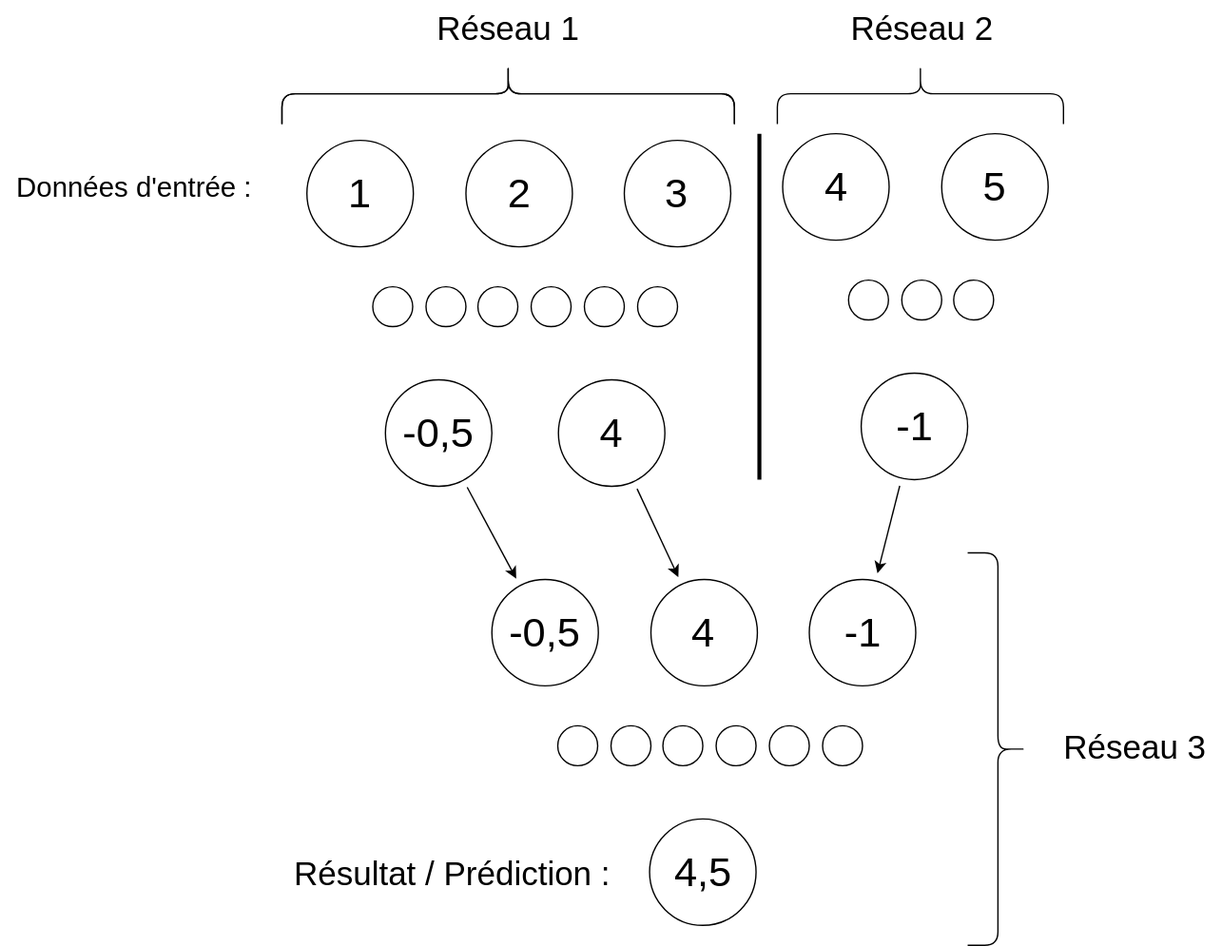
Before: documentation/Example_Diagram_withData.svg, a diagram exported from draw.io (Om3n31/CortexGroove). Source tidied: cells renumbered, new cells last; positions are measured from the earlier drawing's top-left corner, leaving out a move shared by most shapes.
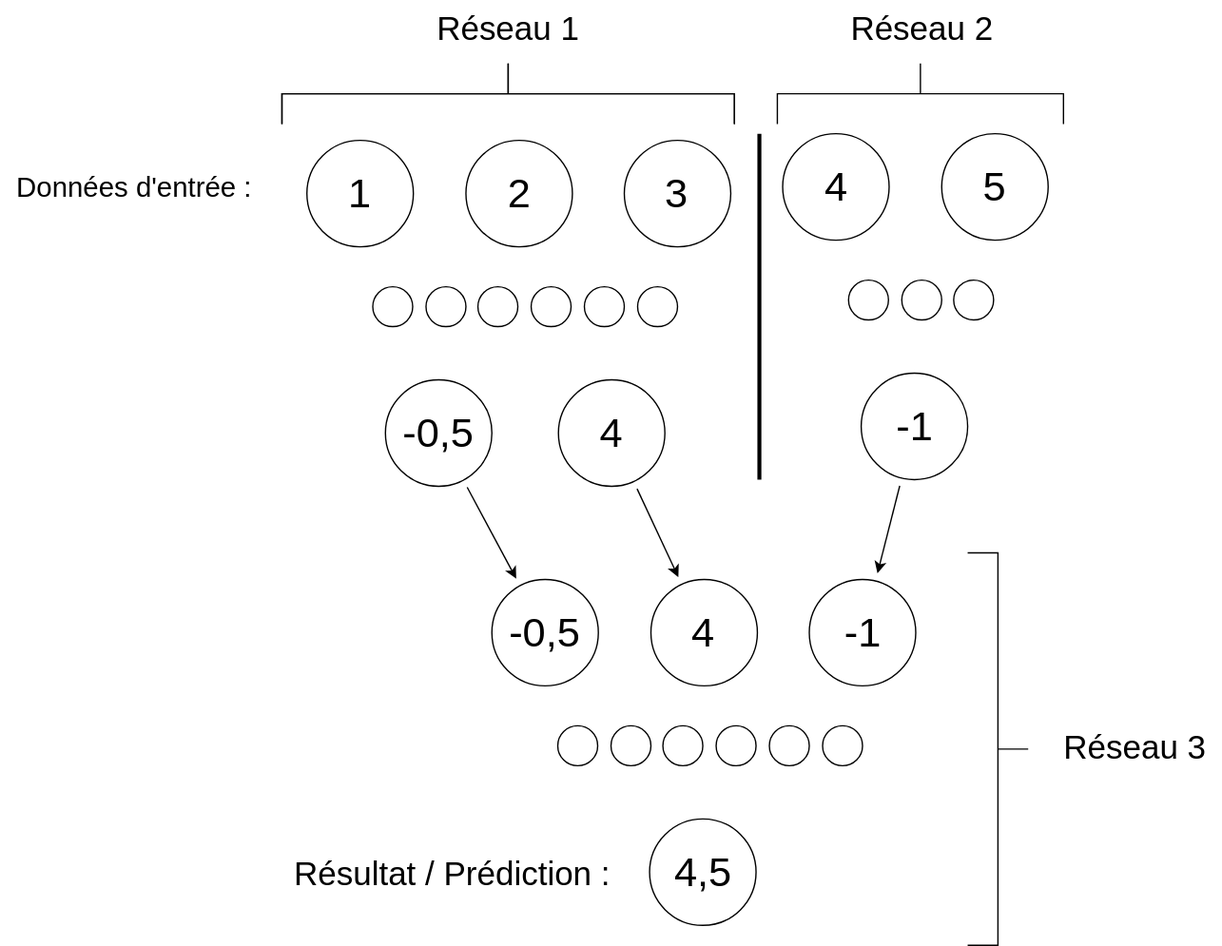
The same file after the commit.

Change to the diagram source:
```diff
@@ -1,95 +1,95 @@
-<mxGraphModel>
+<mxGraphModel background="#ffffff">
   <root>
     <mxCell id="0" />
     <mxCell id="1" parent="0" />
-    <mxCell id="2" value=" &lt;p style=&quot;font-size: 31px;&quot;&gt;1&lt;/p&gt;" style="ellipse;whiteSpace=wrap;html=1;" parent="1" vertex="1">
+    <mxCell id="2" value=" &lt;p style=&quot;font-size: 31px;&quot;&gt;1&lt;/p&gt;" style="ellipse;whiteSpace=wrap;html=1;rounded=0;" parent="1" vertex="1">
       <mxGeometry x="230" y="205" width="80" height="80" as="geometry" />
     </mxCell>
     <mxCell id="3" style="rounded=0;jettySize=auto;html=1;targetPerimeterSpacing=6;sourcePerimeterSpacing=6;" parent="1" edge="1" source="4" target="30">
       <mxGeometry relative="1" as="geometry" />
     </mxCell>
-    <mxCell id="4" value="&lt;span style=&quot;font-size: 31px;&quot;&gt;4&lt;/span&gt;" style="ellipse;whiteSpace=wrap;html=1;" parent="1" vertex="1">
+    <mxCell id="4" value="&lt;span style=&quot;font-size: 31px;&quot;&gt;4&lt;/span&gt;" style="ellipse;whiteSpace=wrap;html=1;rounded=0;" parent="1" vertex="1">
       <mxGeometry x="419" y="385" width="80" height="80" as="geometry" />
     </mxCell>
     <mxCell id="5" style="rounded=0;jettySize=auto;html=1;targetPerimeterSpacing=6;sourcePerimeterSpacing=6;" parent="1" edge="1" source="6" target="22">
       <mxGeometry relative="1" as="geometry" />
     </mxCell>
-    <mxCell id="6" value="&lt;span style=&quot;font-size: 31px;&quot;&gt;-0,5&lt;/span&gt;" style="ellipse;whiteSpace=wrap;html=1;" parent="1" vertex="1">
+    <mxCell id="6" value="&lt;span style=&quot;font-size: 31px;&quot;&gt;-0,5&lt;/span&gt;" style="ellipse;whiteSpace=wrap;html=1;rounded=0;" parent="1" vertex="1">
       <mxGeometry x="289" y="385" width="80" height="80" as="geometry" />
     </mxCell>
-    <mxCell id="7" style="ellipse;whiteSpace=wrap;html=1;" parent="1" vertex="1">
+    <mxCell id="7" style="ellipse;whiteSpace=wrap;html=1;rounded=0;" parent="1" vertex="1">
       <mxGeometry x="279.5" y="315" width="30" height="30" as="geometry" />
     </mxCell>
-    <mxCell id="8" style="ellipse;whiteSpace=wrap;html=1;" parent="1" vertex="1">
+    <mxCell id="8" style="ellipse;whiteSpace=wrap;html=1;rounded=0;" parent="1" vertex="1">
       <mxGeometry x="319.5" y="315" width="30" height="30" as="geometry" />
     </mxCell>
-    <mxCell id="9" style="ellipse;whiteSpace=wrap;html=1;" parent="1" vertex="1">
+    <mxCell id="9" style="ellipse;whiteSpace=wrap;html=1;rounded=0;" parent="1" vertex="1">
       <mxGeometry x="358.5" y="315" width="30" height="30" as="geometry" />
     </mxCell>
-    <mxCell id="10" style="ellipse;whiteSpace=wrap;html=1;" parent="1" vertex="1">
+    <mxCell id="10" style="ellipse;whiteSpace=wrap;html=1;rounded=0;" parent="1" vertex="1">
       <mxGeometry x="398.5" y="315" width="30" height="30" as="geometry" />
     </mxCell>
-    <mxCell id="11" style="ellipse;whiteSpace=wrap;html=1;" parent="1" vertex="1">
+    <mxCell id="11" style="ellipse;whiteSpace=wrap;html=1;rounded=0;" parent="1" vertex="1">
       <mxGeometry x="438.5" y="315" width="30" height="30" as="geometry" />
     </mxCell>
-    <mxCell id="12" style="ellipse;whiteSpace=wrap;html=1;" parent="1" vertex="1">
+    <mxCell id="12" style="ellipse;whiteSpace=wrap;html=1;rounded=0;" parent="1" vertex="1">
       <mxGeometry x="478.5" y="315" width="30" height="30" as="geometry" />
     </mxCell>
-    <mxCell id="13" value=" &lt;p style=&quot;&quot;&gt;&lt;span style=&quot;font-size: 31px;&quot;&gt;2&lt;/span&gt;&lt;/p&gt;" style="ellipse;whiteSpace=wrap;html=1;" parent="1" vertex="1">
+    <mxCell id="13" value=" &lt;p style=&quot;&quot;&gt;&lt;span style=&quot;font-size: 31px;&quot;&gt;2&lt;/span&gt;&lt;/p&gt;" style="ellipse;whiteSpace=wrap;html=1;rounded=0;" parent="1" vertex="1">
       <mxGeometry x="349.5" y="205" width="80" height="80" as="geometry" />
     </mxCell>
-    <mxCell id="14" value=" &lt;p style=&quot;&quot;&gt;&lt;span style=&quot;font-size: 31px;&quot;&gt;3&lt;/span&gt;&lt;/p&gt;" style="ellipse;whiteSpace=wrap;html=1;" parent="1" vertex="1">
+    <mxCell id="14" value=" &lt;p style=&quot;&quot;&gt;&lt;span style=&quot;font-size: 31px;&quot;&gt;3&lt;/span&gt;&lt;/p&gt;" style="ellipse;whiteSpace=wrap;html=1;rounded=0;" parent="1" vertex="1">
       <mxGeometry x="468.5" y="205" width="80" height="80" as="geometry" />
     </mxCell>
-    <mxCell id="15" value=" &lt;p style=&quot;font-size: 31px;&quot;&gt;4&lt;/p&gt;" style="ellipse;whiteSpace=wrap;html=1;" parent="1" vertex="1">
+    <mxCell id="15" value=" &lt;p style=&quot;font-size: 31px;&quot;&gt;4&lt;/p&gt;" style="ellipse;whiteSpace=wrap;html=1;rounded=0;" parent="1" vertex="1">
       <mxGeometry x="587.5" y="200" width="80" height="80" as="geometry" />
     </mxCell>
     <mxCell id="16" style="rounded=0;jettySize=auto;html=1;targetPerimeterSpacing=6;sourcePerimeterSpacing=6;" parent="1" edge="1" source="17" target="31">
       <mxGeometry relative="1" as="geometry" />
     </mxCell>
-    <mxCell id="17" value="&lt;span style=&quot;font-size: 31px;&quot;&gt;-1&lt;/span&gt;" style="ellipse;whiteSpace=wrap;html=1;" parent="1" vertex="1">
+    <mxCell id="17" value="&lt;span style=&quot;font-size: 31px;&quot;&gt;-1&lt;/span&gt;" style="ellipse;whiteSpace=wrap;html=1;rounded=0;" parent="1" vertex="1">
       <mxGeometry x="646.5" y="380" width="80" height="80" as="geometry" />
     </mxCell>
-    <mxCell id="18" style="ellipse;whiteSpace=wrap;html=1;" parent="1" vertex="1">
+    <mxCell id="18" style="ellipse;whiteSpace=wrap;html=1;rounded=0;" parent="1" vertex="1">
       <mxGeometry x="637" y="310" width="30" height="30" as="geometry" />
     </mxCell>
-    <mxCell id="19" style="ellipse;whiteSpace=wrap;html=1;" parent="1" vertex="1">
+    <mxCell id="19" style="ellipse;whiteSpace=wrap;html=1;rounded=0;" parent="1" vertex="1">
       <mxGeometry x="677" y="310" width="30" height="30" as="geometry" />
     </mxCell>
-    <mxCell id="20" style="ellipse;whiteSpace=wrap;html=1;" parent="1" vertex="1">
+    <mxCell id="20" style="ellipse;whiteSpace=wrap;html=1;rounded=0;" parent="1" vertex="1">
       <mxGeometry x="716" y="310" width="30" height="30" as="geometry" />
     </mxCell>
-    <mxCell id="21" value=" &lt;p style=&quot;&quot;&gt;&lt;span style=&quot;font-size: 31px;&quot;&gt;5&lt;/span&gt;&lt;/p&gt;" style="ellipse;whiteSpace=wrap;html=1;" parent="1" vertex="1">
+    <mxCell id="21" value=" &lt;p style=&quot;&quot;&gt;&lt;span style=&quot;font-size: 31px;&quot;&gt;5&lt;/span&gt;&lt;/p&gt;" style="ellipse;whiteSpace=wrap;html=1;rounded=0;" parent="1" vertex="1">
       <mxGeometry x="707" y="200" width="80" height="80" as="geometry" />
     </mxCell>
-    <mxCell id="22" value=" &lt;p style=&quot;&quot;&gt;&lt;span style=&quot;font-size: 31px;&quot;&gt;-0,5&lt;/span&gt;&lt;/p&gt;" style="ellipse;whiteSpace=wrap;html=1;" parent="1" vertex="1">
+    <mxCell id="22" value=" &lt;p style=&quot;&quot;&gt;&lt;span style=&quot;font-size: 31px;&quot;&gt;-0,5&lt;/span&gt;&lt;/p&gt;" style="ellipse;whiteSpace=wrap;html=1;rounded=0;" parent="1" vertex="1">
       <mxGeometry x="369" y="535" width="80" height="80" as="geometry" />
     </mxCell>
-    <mxCell id="23" value="&lt;span style=&quot;font-size: 31px;&quot;&gt;4,5&lt;/span&gt;" style="ellipse;whiteSpace=wrap;html=1;" parent="1" vertex="1">
+    <mxCell id="23" value="&lt;span style=&quot;font-size: 31px;&quot;&gt;4,5&lt;/span&gt;" style="ellipse;whiteSpace=wrap;html=1;rounded=0;" parent="1" vertex="1">
       <mxGeometry x="487.5" y="715" width="80" height="80" as="geometry" />
     </mxCell>
-    <mxCell id="24" style="ellipse;whiteSpace=wrap;html=1;" parent="1" vertex="1">
+    <mxCell id="24" style="ellipse;whiteSpace=wrap;html=1;rounded=0;" parent="1" vertex="1">
       <mxGeometry x="418.5" y="645" width="30" height="30" as="geometry" />
     </mxCell>
-    <mxCell id="25" style="ellipse;whiteSpace=wrap;html=1;" parent="1" vertex="1">
+    <mxCell id="25" style="ellipse;whiteSpace=wrap;html=1;rounded=0;" parent="1" vertex="1">
       <mxGeometry x="458.5" y="645" width="30" height="30" as="geometry" />
     </mxCell>
-    <mxCell id="26" style="ellipse;whiteSpace=wrap;html=1;" parent="1" vertex="1">
+    <mxCell id="26" style="ellipse;whiteSpace=wrap;html=1;rounded=0;" parent="1" vertex="1">
       <mxGeometry x="497.5" y="645" width="30" height="30" as="geometry" />
     </mxCell>
-    <mxCell id="27" style="ellipse;whiteSpace=wrap;html=1;" parent="1" vertex="1">
+    <mxCell id="27" style="ellipse;whiteSpace=wrap;html=1;rounded=0;" parent="1" vertex="1">
       <mxGeometry x="537.5" y="645" width="30" height="30" as="geometry" />
     </mxCell>
-    <mxCell id="28" style="ellipse;whiteSpace=wrap;html=1;" parent="1" vertex="1">
+    <mxCell id="28" style="ellipse;whiteSpace=wrap;html=1;rounded=0;" parent="1" vertex="1">
       <mxGeometry x="577.5" y="645" width="30" height="30" as="geometry" />
     </mxCell>
-    <mxCell id="29" style="ellipse;whiteSpace=wrap;html=1;" parent="1" vertex="1">
+    <mxCell id="29" style="ellipse;whiteSpace=wrap;html=1;rounded=0;" parent="1" vertex="1">
       <mxGeometry x="617.5" y="645" width="30" height="30" as="geometry" />
     </mxCell>
-    <mxCell id="30" value=" &lt;p style=&quot;&quot;&gt;&lt;span style=&quot;font-size: 31px;&quot;&gt;4&lt;/span&gt;&lt;/p&gt;" style="ellipse;whiteSpace=wrap;html=1;" parent="1" vertex="1">
+    <mxCell id="30" value=" &lt;p style=&quot;&quot;&gt;&lt;span style=&quot;font-size: 31px;&quot;&gt;4&lt;/span&gt;&lt;/p&gt;" style="ellipse;whiteSpace=wrap;html=1;rounded=0;" parent="1" vertex="1">
       <mxGeometry x="488.5" y="535" width="80" height="80" as="geometry" />
     </mxCell>
-    <mxCell id="31" value=" &lt;p style=&quot;&quot;&gt;&lt;span style=&quot;font-size: 31px;&quot;&gt;-1&lt;/span&gt;&lt;/p&gt;" style="ellipse;whiteSpace=wrap;html=1;" parent="1" vertex="1">
+    <mxCell id="31" value=" &lt;p style=&quot;&quot;&gt;&lt;span style=&quot;font-size: 31px;&quot;&gt;-1&lt;/span&gt;&lt;/p&gt;" style="ellipse;whiteSpace=wrap;html=1;rounded=0;" parent="1" vertex="1">
       <mxGeometry x="607.5" y="535" width="80" height="80" as="geometry" />
     </mxCell>
     <mxCell id="32" style="endArrow=none;html=1;rounded=0;strokeWidth=3;" parent="1" edge="1">
@@ -98,31 +98,31 @@
         <mxPoint x="570" y="200" as="targetPoint" />
       </mxGeometry>
     </mxCell>
-    <mxCell id="33" style="shape=curlyBracket;whiteSpace=wrap;html=1;rounded=1;labelPosition=left;verticalLabelPosition=middle;align=right;verticalAlign=middle;rotation=90;" parent="1" vertex="1">
+    <mxCell id="33" style="shape=curlyBracket;whiteSpace=wrap;html=1;rounded=0;labelPosition=left;verticalLabelPosition=middle;align=right;verticalAlign=middle;rotation=90;" parent="1" vertex="1">
       <mxGeometry x="358.5" width="45.5" height="340" as="geometry" />
     </mxCell>
-    <mxCell id="34" value="&lt;font style=&quot;font-size: 25px;&quot;&gt;Réseau 1&lt;/font&gt;" style="text;html=1;align=center;verticalAlign=middle;strokeColor=none;fillColor=none;" parent="1" vertex="1">
+    <mxCell id="34" value="&lt;font style=&quot;font-size: 25px;&quot;&gt;Réseau 1&lt;/font&gt;" style="text;html=1;align=center;verticalAlign=middle;strokeColor=none;fillColor=none;rounded=0;" parent="1" vertex="1">
       <mxGeometry x="316.2" y="100" width="130" height="40" as="geometry" />
     </mxCell>
-    <mxCell id="35" style="shape=curlyBracket;whiteSpace=wrap;html=1;rounded=1;labelPosition=left;verticalLabelPosition=middle;align=right;verticalAlign=middle;rotation=90;" parent="1" vertex="1">
+    <mxCell id="35" style="shape=curlyBracket;whiteSpace=wrap;html=1;rounded=0;labelPosition=left;verticalLabelPosition=middle;align=right;verticalAlign=middle;rotation=90;" parent="1" vertex="1">
       <mxGeometry x="358.5" width="45.5" height="340" as="geometry" />
     </mxCell>
-    <mxCell id="36" value="&lt;font style=&quot;font-size: 25px;&quot;&gt;Réseau 2&lt;/font&gt;" style="text;html=1;align=center;verticalAlign=middle;strokeColor=none;fillColor=none;" parent="1" vertex="1">
+    <mxCell id="36" value="&lt;font style=&quot;font-size: 25px;&quot;&gt;Réseau 2&lt;/font&gt;" style="text;html=1;align=center;verticalAlign=middle;strokeColor=none;fillColor=none;rounded=0;" parent="1" vertex="1">
       <mxGeometry x="627" y="100" width="130" height="40" as="geometry" />
     </mxCell>
-    <mxCell id="37" style="shape=curlyBracket;whiteSpace=wrap;html=1;rounded=1;labelPosition=left;verticalLabelPosition=middle;align=right;verticalAlign=middle;rotation=-180;" parent="1" vertex="1">
+    <mxCell id="37" style="shape=curlyBracket;whiteSpace=wrap;html=1;rounded=0;labelPosition=left;verticalLabelPosition=middle;align=right;verticalAlign=middle;rotation=-180;" parent="1" vertex="1">
       <mxGeometry x="726.5" y="515" width="45.5" height="295" as="geometry" />
     </mxCell>
-    <mxCell id="38" value="&lt;font style=&quot;font-size: 25px;&quot;&gt;Réseau 3&lt;/font&gt;" style="text;html=1;align=center;verticalAlign=middle;strokeColor=none;fillColor=none;" parent="1" vertex="1">
+    <mxCell id="38" value="&lt;font style=&quot;font-size: 25px;&quot;&gt;Réseau 3&lt;/font&gt;" style="text;html=1;align=center;verticalAlign=middle;strokeColor=none;fillColor=none;rounded=0;" parent="1" vertex="1">
       <mxGeometry x="787" y="640" width="130" height="40" as="geometry" />
     </mxCell>
-    <mxCell id="39" style="shape=curlyBracket;whiteSpace=wrap;html=1;rounded=1;labelPosition=left;verticalLabelPosition=middle;align=right;verticalAlign=middle;rotation=90;" parent="1" vertex="1">
+    <mxCell id="39" style="shape=curlyBracket;whiteSpace=wrap;html=1;rounded=0;labelPosition=left;verticalLabelPosition=middle;align=right;verticalAlign=middle;rotation=90;" parent="1" vertex="1">
       <mxGeometry x="668.2" y="62.5" width="45.5" height="215" as="geometry" />
     </mxCell>
-    <mxCell id="40" value="&lt;font style=&quot;font-size: 25px;&quot;&gt;Résultat / Prédiction :&lt;/font&gt;" style="text;html=1;align=center;verticalAlign=middle;strokeColor=none;fillColor=none;" parent="1" vertex="1">
+    <mxCell id="40" value="&lt;font style=&quot;font-size: 25px;&quot;&gt;Résultat / Prédiction :&lt;/font&gt;" style="text;html=1;align=center;verticalAlign=middle;strokeColor=none;fillColor=none;rounded=0;" parent="1" vertex="1">
       <mxGeometry x="208.5" y="735" width="260" height="40" as="geometry" />
     </mxCell>
-    <mxCell id="41" value="&lt;font style=&quot;font-size: 21px;&quot;&gt;Données d'entrée :&lt;/font&gt;" style="text;html=1;align=center;verticalAlign=middle;strokeColor=none;fillColor=none;" parent="1" vertex="1">
+    <mxCell id="41" value="&lt;font style=&quot;font-size: 21px;&quot;&gt;Données d'entrée :&lt;/font&gt;" style="text;html=1;align=center;verticalAlign=middle;strokeColor=none;fillColor=none;rounded=0;" parent="1" vertex="1">
       <mxGeometry y="220" width="200" height="40" as="geometry" />
     </mxCell>
   </root>
```
